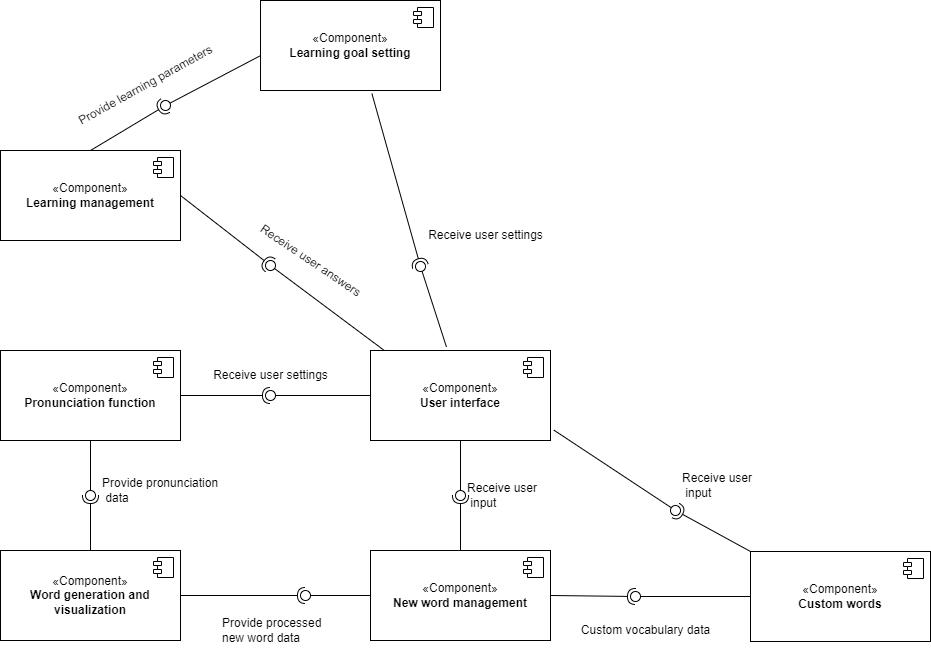
The draw.io diagram component.drawio.png in xiangxiang3451/blog_pictures, before a commit. Source tidied: cells renumbered, new cells last; positions are measured from the earlier drawing's top-left corner, leaving out a move shared by most shapes.
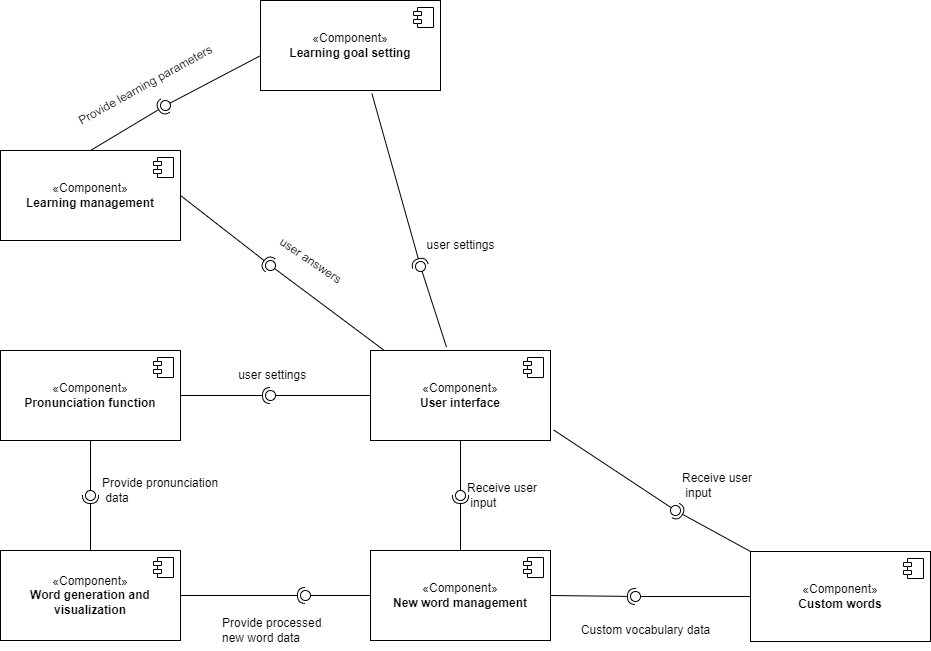
The same file after the commit.

Change to the diagram source:
```diff
@@ -99,8 +99,8 @@
     <mxCell id="30" style="ellipse;whiteSpace=wrap;html=1;align=center;fillColor=none;strokeColor=none;perimeter=centerPerimeter;points=[];outlineConnect=1;" parent="1" vertex="1">
       <mxGeometry x="265" y="390" width="10" height="10" as="geometry" />
     </mxCell>
-    <mxCell id="31" value="Receive user settings" style="text;html=1;align=center;verticalAlign=middle;strokeColor=none;fillColor=none;" parent="1" vertex="1">
-      <mxGeometry x="200" y="360" width="140" height="30" as="geometry" />
+    <mxCell id="31" value="&amp;nbsp;user settings" style="text;html=1;align=center;verticalAlign=middle;strokeColor=none;fillColor=none;" parent="1" vertex="1">
+      <mxGeometry x="225" y="360" width="90" height="30" as="geometry" />
     </mxCell>
     <mxCell id="32" style="rounded=0;jettySize=auto;html=1;endArrow=halfCircle;endFill=0;endSize=6;strokeWidth=1;sketch=0;exitX=0.5;exitY=0;exitDx=0;exitDy=0;" parent="1" edge="1" source="12" target="34">
       <mxGeometry relative="1" as="geometry" />
@@ -131,8 +131,8 @@
     <mxCell id="40" style="ellipse;whiteSpace=wrap;html=1;align=center;fillColor=none;strokeColor=none;perimeter=centerPerimeter;points=[];outlineConnect=1;" parent="1" vertex="1">
       <mxGeometry x="265" y="260" width="10" height="10" as="geometry" />
     </mxCell>
-    <mxCell id="41" value="Receive user answers" style="text;html=1;align=center;verticalAlign=middle;strokeColor=none;fillColor=none;spacingBottom=-1;rotation=34;" parent="1" vertex="1">
-      <mxGeometry x="240" y="250" width="140" height="20" as="geometry" />
+    <mxCell id="41" value="user answers" style="text;html=1;align=center;verticalAlign=middle;strokeColor=none;fillColor=none;spacingBottom=-1;rotation=34;" parent="1" vertex="1">
+      <mxGeometry x="265" y="250" width="90" height="20" as="geometry" />
     </mxCell>
     <mxCell id="42" value="«Component»&lt;br&gt;&lt;b&gt;Learning goal setting&lt;/b&gt;" style="html=1;whiteSpace=wrap;" parent="1" vertex="1">
       <mxGeometry x="260" width="180" height="90" as="geometry" />
@@ -163,8 +163,8 @@
     <mxCell id="50" style="ellipse;whiteSpace=wrap;html=1;align=center;fillColor=none;strokeColor=none;perimeter=centerPerimeter;points=[];outlineConnect=1;" parent="1" vertex="1">
       <mxGeometry x="415" y="261" width="10" height="10" as="geometry" />
     </mxCell>
-    <mxCell id="51" value="Receive user settings" style="text;html=1;align=center;verticalAlign=middle;strokeColor=none;fillColor=none;" parent="1" vertex="1">
-      <mxGeometry x="415" y="220" width="140" height="30" as="geometry" />
+    <mxCell id="51" value="user settings" style="text;html=1;align=center;verticalAlign=middle;strokeColor=none;fillColor=none;" parent="1" vertex="1">
+      <mxGeometry x="415" y="230" width="90" height="30" as="geometry" />
     </mxCell>
   </root>
 </mxGraphModel>
```
